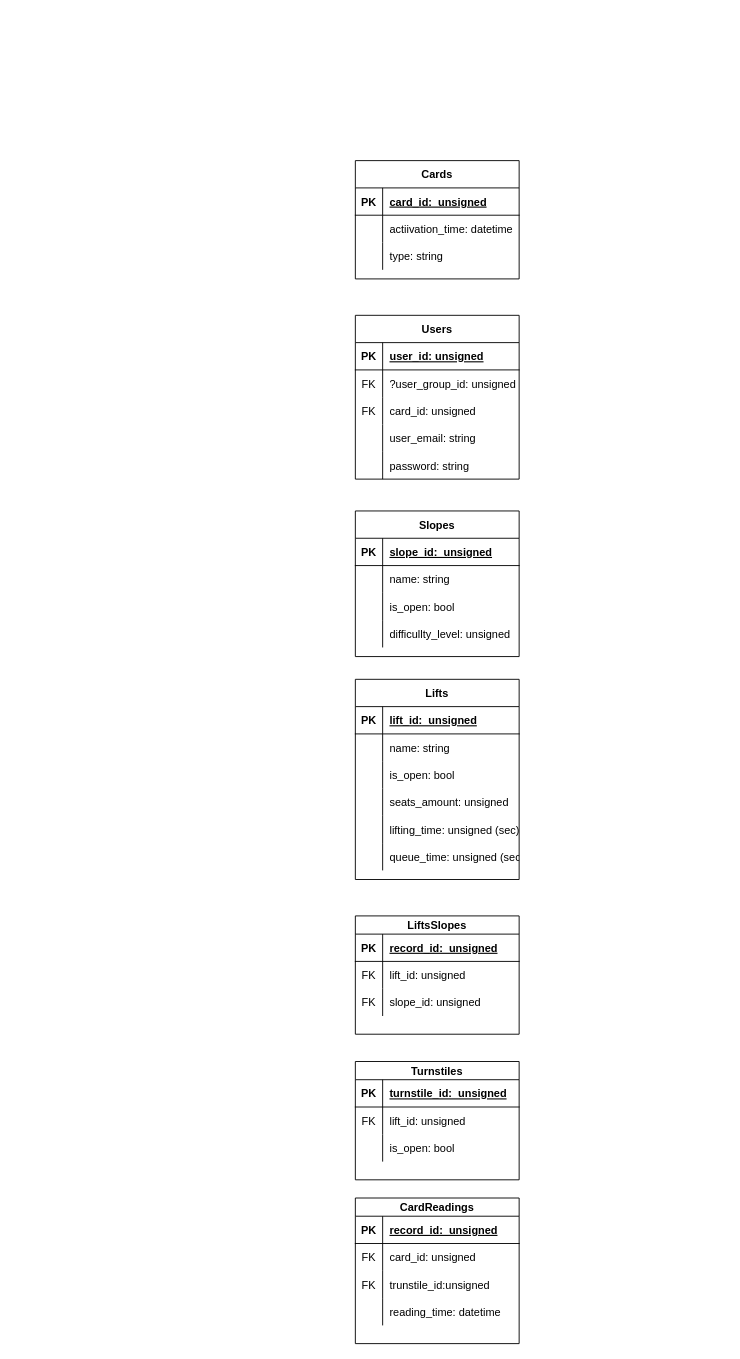
This is docs/diagrams/db.drawio from alena-zayts/BMSTU_6sem_software_design, a draw.io file, before an edit. Source tidied: cells renumbered, new cells numbered last; positions are measured from the earlier drawing's top-left corner, leaving out a move shared by most shapes. Both pictures are drawn from the tidied source at 91%, with x=0, y=0 at pixel (355, 160).
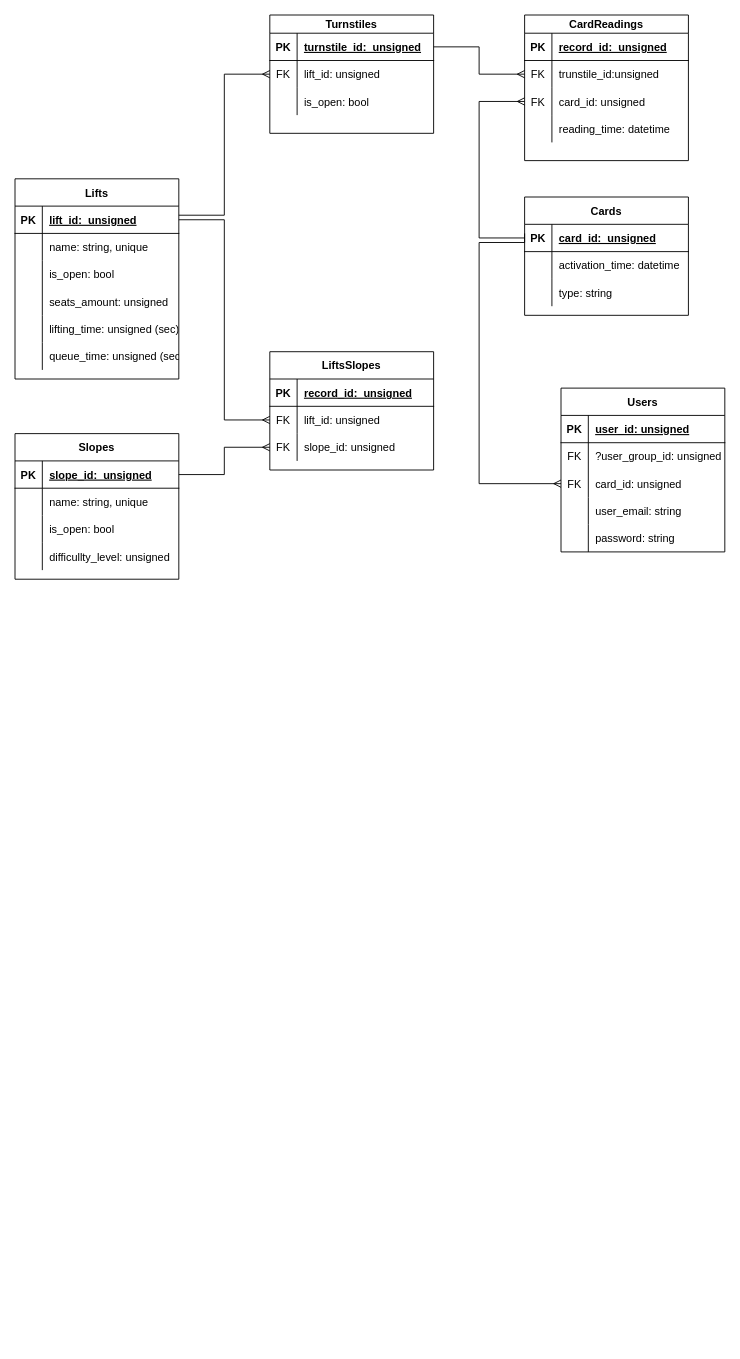
Above is the later version.

The change refers to these unchanged cells:
```xml
<mxCell id="9" style="shape=partialRectangle;fillColor=none;top=0;left=0;bottom=0;right=0;points=[[0,0.5],[1,0.5]];portConstraint=eastwest;" parent="2" vertex="1">
  <mxGeometry y="90" width="180" height="30" as="geometry" />
</mxCell>
<mxCell id="19" style="shape=partialRectangle;fillColor=none;top=0;left=0;bottom=1;right=0;points=[[0,0.5],[1,0.5]];portConstraint=eastwest;" parent="18" vertex="1">
  <mxGeometry y="30" width="180" height="30" as="geometry" />
</mxCell>
<mxCell id="22" style="shape=partialRectangle;fillColor=none;top=0;left=0;bottom=0;right=0;" parent="18" vertex="1">
  <mxGeometry y="60" width="180" height="30" as="geometry" />
</mxCell>
<mxCell id="29" style="shape=partialRectangle;fillColor=none;top=0;left=0;bottom=1;right=0;points=[[0,0.5],[1,0.5]];portConstraint=eastwest;" parent="28" vertex="1">
  <mxGeometry y="30" width="180" height="30" as="geometry" />
</mxCell>
<mxCell id="32" style="shape=partialRectangle;fillColor=none;top=0;left=0;bottom=0;right=0;" parent="28" vertex="1">
  <mxGeometry y="60" width="180" height="30" as="geometry" />
</mxCell>
<mxCell id="42" style="shape=partialRectangle;fillColor=none;top=0;left=0;bottom=1;right=0;points=[[0,0.5],[1,0.5]];portConstraint=eastwest;" parent="41" vertex="1">
  <mxGeometry y="30" width="180" height="30" as="geometry" />
</mxCell>
<mxCell id="45" style="shape=partialRectangle;fillColor=none;top=0;left=0;bottom=0;right=0;" parent="41" vertex="1">
  <mxGeometry y="60" width="180" height="30" as="geometry" />
</mxCell>
<mxCell id="71" style="shape=partialRectangle;fillColor=none;top=0;left=0;bottom=1;right=0;points=[[0,0.5],[1,0.5]];portConstraint=eastwest;" parent="70" vertex="1">
  <mxGeometry y="20" width="180" height="30" as="geometry" />
</mxCell>
<mxCell id="74" style="shape=partialRectangle;fillColor=none;top=0;left=0;bottom=0;right=0;points=[[0,0.5],[1,0.5]];portConstraint=eastwest;" parent="70" vertex="1">
  <mxGeometry y="50" width="180" height="30" as="geometry" />
</mxCell>
```

Change to the diagram source:
```diff
@@
     <mxCell id="2" value="Users" style="shape=table;startSize=30;childLayout=tableLayout;rowLines=0;fontStyle=1;align=center;" parent="1" vertex="1">
-      <mxGeometry y="170" width="180" height="180" as="geometry" />
+      <mxGeometry x="226" y="250" width="180" height="180" as="geometry" />
     </mxCell>
@@
     <mxCell id="18" value="Cards" style="shape=table;startSize=30;childLayout=tableLayout;rowLines=0;fontStyle=1;align=center;" parent="1" vertex="1">
-      <mxGeometry width="180" height="130" as="geometry" />
+      <mxGeometry x="186" y="40" width="180" height="130" as="geometry" />
     </mxCell>
@@
-    <mxCell id="24" value="actiivation_time: datetime" style="shape=partialRectangle;fillColor=none;top=0;left=0;bottom=0;right=0;align=left;spacingLeft=6;overflow=hidden;" parent="22" vertex="1">
+    <mxCell id="24" value="activation_time: datetime" style="shape=partialRectangle;fillColor=none;top=0;left=0;bottom=0;right=0;align=left;spacingLeft=6;overflow=hidden;" parent="22" vertex="1">
       <mxGeometry x="30" width="150" height="30" as="geometry" />
     </mxCell>
@@
     <mxCell id="28" value="Slopes" style="shape=table;startSize=30;childLayout=tableLayout;rowLines=0;fontStyle=1;align=center;" parent="1" vertex="1">
-      <mxGeometry y="385" width="180" height="160" as="geometry" />
+      <mxGeometry x="-374" y="300" width="180" height="160" as="geometry" />
     </mxCell>
@@
-    <mxCell id="34" value="name: string" style="shape=partialRectangle;fillColor=none;top=0;left=0;bottom=0;right=0;align=left;spacingLeft=6;overflow=hidden;" parent="32" vertex="1">
+    <mxCell id="34" value="name: string, unique" style="shape=partialRectangle;fillColor=none;top=0;left=0;bottom=0;right=0;align=left;spacingLeft=6;overflow=hidden;" parent="32" vertex="1">
       <mxGeometry x="30" width="150" height="30" as="geometry" />
     </mxCell>
@@
     <mxCell id="41" value="Lifts" style="shape=table;startSize=30;childLayout=tableLayout;rowLines=0;fontStyle=1;align=center;" parent="1" vertex="1">
-      <mxGeometry y="570" width="180" height="220" as="geometry" />
+      <mxGeometry x="-374" y="20" width="180" height="220" as="geometry" />
     </mxCell>
@@
-    <mxCell id="47" value="name: string" style="shape=partialRectangle;fillColor=none;top=0;left=0;bottom=0;right=0;align=left;spacingLeft=6;overflow=hidden;" parent="45" vertex="1">
+    <mxCell id="47" value="name: string, unique" style="shape=partialRectangle;fillColor=none;top=0;left=0;bottom=0;right=0;align=left;spacingLeft=6;overflow=hidden;" parent="45" vertex="1">
       <mxGeometry x="30" width="150" height="30" as="geometry" />
     </mxCell>
@@
-    <mxCell id="60" value="LiftsSlopes" style="shape=table;startSize=20;childLayout=tableLayout;rowLines=0;fontStyle=1;align=center;" parent="1" vertex="1">
-      <mxGeometry y="830" width="180" height="130" as="geometry" />
+    <mxCell id="60" value="LiftsSlopes" style="shape=table;startSize=30;childLayout=tableLayout;rowLines=0;fontStyle=1;align=center;" parent="1" vertex="1">
+      <mxGeometry x="-94" y="210" width="180" height="130" as="geometry" />
     </mxCell>
     <mxCell id="61" style="shape=partialRectangle;fillColor=none;top=0;left=0;bottom=1;right=0;" parent="60" vertex="1">
-      <mxGeometry y="20" width="180" height="30" as="geometry" />
+      <mxGeometry y="30" width="180" height="30" as="geometry" />
     </mxCell>
@@
     <mxCell id="64" style="shape=partialRectangle;fillColor=none;top=0;left=0;bottom=0;right=0;points=[[0,0.5],[1,0.5]];portConstraint=eastwest;" parent="60" vertex="1">
-      <mxGeometry y="50" width="180" height="30" as="geometry" />
+      <mxGeometry y="60" width="180" height="30" as="geometry" />
     </mxCell>
@@
     <mxCell id="67" style="shape=partialRectangle;fillColor=none;top=0;left=0;bottom=0;right=0;points=[[0,0.5],[1,0.5]];portConstraint=eastwest;" parent="60" vertex="1">
-      <mxGeometry y="80" width="180" height="30" as="geometry" />
+      <mxGeometry y="90" width="180" height="30" as="geometry" />
     </mxCell>
@@
     <mxCell id="70" value="Turnstiles" style="shape=table;startSize=20;childLayout=tableLayout;rowLines=0;fontStyle=1;align=center;" parent="1" vertex="1">
-      <mxGeometry y="990" width="180" height="130" as="geometry" />
+      <mxGeometry x="-94" y="-160" width="180" height="130" as="geometry" />
     </mxCell>
@@
     <mxCell id="80" value="CardReadings" style="shape=table;startSize=20;childLayout=tableLayout;rowLines=0;fontStyle=1;align=center;" parent="1" vertex="1">
-      <mxGeometry y="1140" width="180" height="160" as="geometry" />
+      <mxGeometry x="186" y="-160" width="180" height="160" as="geometry" />
     </mxCell>
@@
+    <mxCell id="87" style="shape=partialRectangle;fillColor=none;top=0;left=0;bottom=0;right=0;points=[[0,0.5],[1,0.5]];portConstraint=eastwest;" parent="80" vertex="1">
+      <mxGeometry y="50" width="180" height="30" as="geometry" />
+    </mxCell>
+    <mxCell id="88" value="FK" style="shape=partialRectangle;fillColor=none;top=0;left=0;bottom=0;right=0;overflow=hidden;" parent="87" vertex="1">
+      <mxGeometry width="30" height="30" as="geometry" />
+    </mxCell>
+    <mxCell id="89" value="trunstile_id:unsigned" style="shape=partialRectangle;fillColor=none;top=0;left=0;bottom=0;right=0;align=left;spacingLeft=6;overflow=hidden;" parent="87" vertex="1">
+      <mxGeometry x="30" width="150" height="30" as="geometry" />
+    </mxCell>
     <mxCell id="84" style="shape=partialRectangle;fillColor=none;top=0;left=0;bottom=0;right=0;points=[[0,0.5],[1,0.5]];portConstraint=eastwest;" parent="80" vertex="1">
-      <mxGeometry y="50" width="180" height="30" as="geometry" />
+      <mxGeometry y="80" width="180" height="30" as="geometry" />
     </mxCell>
@@
-    <mxCell id="87" style="shape=partialRectangle;fillColor=none;top=0;left=0;bottom=0;right=0;points=[[0,0.5],[1,0.5]];portConstraint=eastwest;" parent="80" vertex="1">
-      <mxGeometry y="80" width="180" height="30" as="geometry" />
-    </mxCell>
-    <mxCell id="88" value="FK" style="shape=partialRectangle;fillColor=none;top=0;left=0;bottom=0;right=0;overflow=hidden;" parent="87" vertex="1">
-      <mxGeometry width="30" height="30" as="geometry" />
-    </mxCell>
-    <mxCell id="89" value="trunstile_id:unsigned" style="shape=partialRectangle;fillColor=none;top=0;left=0;bottom=0;right=0;align=left;spacingLeft=6;overflow=hidden;" parent="87" vertex="1">
-      <mxGeometry x="30" width="150" height="30" as="geometry" />
-    </mxCell>
@@
+    <mxCell id="93" style="fontSize=12;html=1;endArrow=ERmany;entryX=0;entryY=0.5;entryDx=0;entryDy=0;edgeStyle=orthogonalEdgeStyle;rounded=0;exitX=1;exitY=0.5;exitDx=0;exitDy=0;" parent="1" edge="1" source="42" target="64">
+      <mxGeometry relative="1" as="geometry" />
+    </mxCell>
+    <mxCell id="94" style="fontSize=12;html=1;endArrow=ERmany;entryX=0;entryY=0.5;entryDx=0;entryDy=0;edgeStyle=orthogonalEdgeStyle;rounded=0;exitX=1;exitY=0.5;exitDx=0;exitDy=0;" parent="1" edge="1" source="29" target="67">
+      <mxGeometry relative="1" as="geometry" />
+    </mxCell>
+    <mxCell id="95" style="fontSize=12;html=1;endArrow=ERmany;entryX=0;entryY=0.5;entryDx=0;entryDy=0;edgeStyle=orthogonalEdgeStyle;rounded=0;" parent="1" edge="1" target="74">
+      <mxGeometry relative="1" as="geometry">
+        <mxPoint x="-194" y="60" as="sourcePoint" />
+        <Array as="points">
+          <mxPoint x="-144" y="60" />
+          <mxPoint x="-144" y="-95" />
+        </Array>
+      </mxGeometry>
+    </mxCell>
+    <mxCell id="96" style="fontSize=12;html=1;endArrow=ERmany;entryX=0;entryY=0.5;entryDx=0;entryDy=0;edgeStyle=orthogonalEdgeStyle;rounded=0;exitX=1;exitY=0.5;exitDx=0;exitDy=0;" parent="1" edge="1" source="71" target="87">
+      <mxGeometry relative="1" as="geometry">
+        <Array as="points">
+          <mxPoint x="136" y="-125" />
+          <mxPoint x="136" y="-95" />
+        </Array>
+      </mxGeometry>
+    </mxCell>
+    <mxCell id="97" style="fontSize=12;html=1;endArrow=ERmany;edgeStyle=orthogonalEdgeStyle;rounded=0;exitX=0;exitY=0.5;exitDx=0;exitDy=0;entryX=0;entryY=0.5;entryDx=0;entryDy=0;" parent="1" edge="1" source="19" target="84">
+      <mxGeometry relative="1" as="geometry">
+        <Array as="points">
+          <mxPoint x="136" y="85" />
+          <mxPoint x="136" y="-65" />
+        </Array>
+      </mxGeometry>
+    </mxCell>
+    <mxCell id="98" style="fontSize=12;html=1;endArrow=ERmany;edgeStyle=orthogonalEdgeStyle;rounded=0;entryX=0;entryY=0.5;entryDx=0;entryDy=0;" parent="1" edge="1" target="9">
+      <mxGeometry relative="1" as="geometry">
+        <mxPoint x="186" y="80" as="sourcePoint" />
+        <Array as="points">
+          <mxPoint x="186" y="90" />
+          <mxPoint x="136" y="90" />
+          <mxPoint x="136" y="355" />
+        </Array>
+      </mxGeometry>
+    </mxCell>
```
